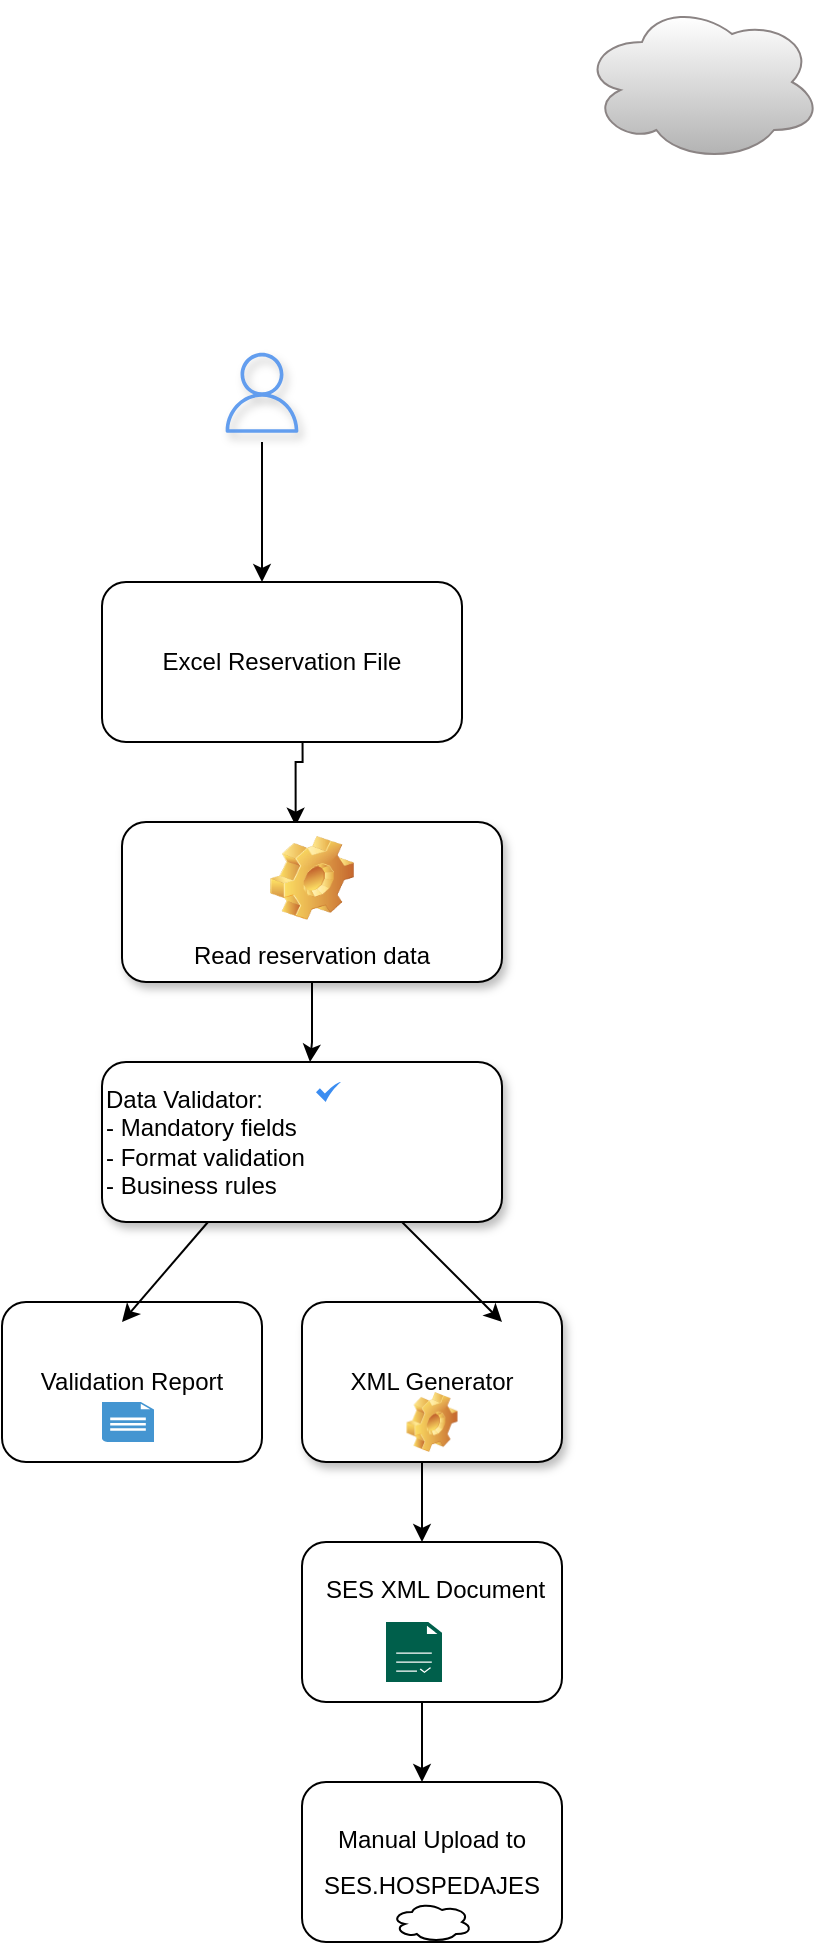
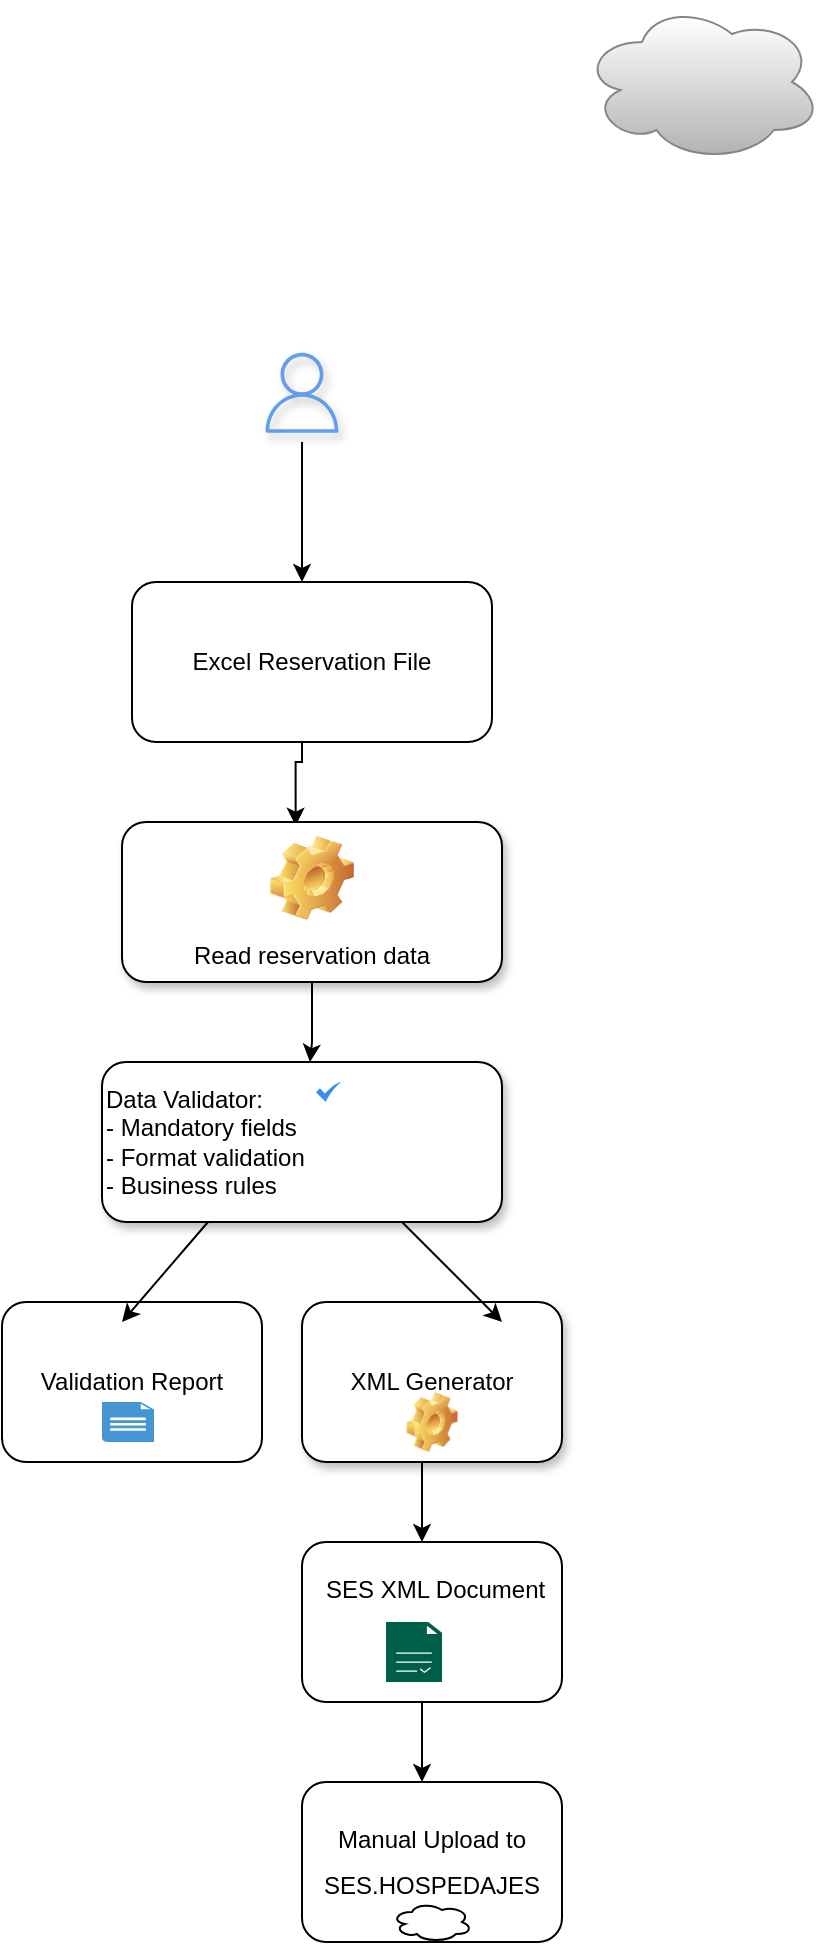
<mxfile host="Electron">
  <diagram name="Página-1" id="S1v6DdPu1xyyrO5UyoVB">
    <mxGraphModel dx="1167" dy="1115" grid="1" gridSize="10" guides="1" tooltips="1" connect="1" arrows="1" fold="1" page="1" pageScale="1" pageWidth="827" pageHeight="1169" math="0" shadow="0">
      <root>
        <mxCell id="0" />
        <mxCell id="1" parent="0" />
        <UserObject label="&lt;div style=&quot;line-height: 190%;&quot;&gt;&lt;br&gt;&lt;/div&gt;" id="HqQNaAXHSlgceeaqJit7-96">
          <mxCell parent="1" style="shape=ext;double=0;rounded=1;whiteSpace=wrap;html=1;connectable=0;" vertex="1">
            <mxGeometry height="80" width="130" x="400" y="880" as="geometry" />
          </mxCell>
        </UserObject>
        <mxCell id="HqQNaAXHSlgceeaqJit7-11" parent="1" style="sketch=0;outlineConnect=0;fillColor=light-dark(#5394ee, #1d293b);strokeColor=light-dark(#99d3ff, #5d5db5);dashed=0;verticalLabelPosition=bottom;verticalAlign=top;align=center;html=1;fontSize=12;fontStyle=0;aspect=fixed;pointerEvents=1;shape=mxgraph.aws4.user;strokeWidth=6;opacity=90;perimeterSpacing=12;fillStyle=solid;shadow=1;gradientColor=none;" value="" vertex="1">
-           <mxGeometry height="40" width="40" x="360" y="285.4" as="geometry" />
+           <mxGeometry height="40" width="40" x="380" y="285.4" as="geometry" />
        </mxCell>
        <mxCell id="HqQNaAXHSlgceeaqJit7-30" parent="1" style="ellipse;shape=cloud;whiteSpace=wrap;html=1;strokeColor=light-dark(#8b8484, #ededed);gradientColor=#B3B3B3;" value="" vertex="1">
          <mxGeometry height="80" width="120" x="540" y="110" as="geometry" />
        </mxCell>
        <mxCell id="HqQNaAXHSlgceeaqJit7-67" edge="1" parent="1" source="HqQNaAXHSlgceeaqJit7-73" style="edgeStyle=orthogonalEdgeStyle;rounded=0;orthogonalLoop=1;jettySize=auto;html=1;exitX=0.557;exitY=0.96;exitDx=0;exitDy=0;exitPerimeter=0;entryX=0.457;entryY=0.023;entryDx=0;entryDy=0;entryPerimeter=0;" target="HqQNaAXHSlgceeaqJit7-63" value="">
          <mxGeometry relative="1" as="geometry">
            <Array as="points">
              <mxPoint x="400" y="490" />
              <mxPoint x="397" y="490" />
            </Array>
            <mxPoint x="401.7647058823529" y="493" as="sourcePoint" />
          </mxGeometry>
        </mxCell>
        <mxCell id="HqQNaAXHSlgceeaqJit7-63" parent="1" style="label;whiteSpace=wrap;html=1;align=center;verticalAlign=bottom;spacingLeft=0;spacingBottom=4;imageAlign=center;imageVerticalAlign=top;image=img/clipart/Gear_128x128.png;shadow=1;" value="&lt;span style=&quot;font-weight: normal;&quot;&gt;Read reservation data&lt;/span&gt;" vertex="1">
          <mxGeometry height="80" width="190" x="310" y="520" as="geometry" />
        </mxCell>
        <UserObject label="Excel Reservation File" id="HqQNaAXHSlgceeaqJit7-73">
          <mxCell parent="1" style="shape=ext;double=0;rounded=1;whiteSpace=wrap;html=1;" vertex="1">
-             <mxGeometry height="80" width="180" x="300" y="400" as="geometry" />
+             <mxGeometry height="80" width="180" x="315" y="400" as="geometry" />
          </mxCell>
        </UserObject>
        <UserObject label="&lt;div style=&quot;line-height: 190%;&quot;&gt;Validation Report&lt;/div&gt;" id="HqQNaAXHSlgceeaqJit7-75">
          <mxCell parent="1" style="shape=ext;double=0;rounded=1;whiteSpace=wrap;html=1;connectable=0;" vertex="1">
            <mxGeometry height="80" width="130" x="250" y="760" as="geometry" />
          </mxCell>
        </UserObject>
        <mxCell id="HqQNaAXHSlgceeaqJit7-78" edge="1" parent="1" source="HqQNaAXHSlgceeaqJit7-63" style="rounded=0;orthogonalLoop=1;jettySize=auto;html=1;" target="HqQNaAXHSlgceeaqJit7-74" value="">
          <mxGeometry relative="1" as="geometry">
            <Array as="points">
              <mxPoint x="405" y="630" />
            </Array>
            <mxPoint x="395" y="630" as="sourcePoint" />
            <mxPoint x="392.77" y="820.9599999999998" as="targetPoint" />
          </mxGeometry>
        </mxCell>
        <UserObject label="Data Validator:&lt;div&gt;- Mandatory fields&lt;/div&gt;&lt;div&gt;- Format validation&lt;/div&gt;&lt;div&gt;- Business rules&lt;/div&gt;" link="Reservation.xlsx" id="HqQNaAXHSlgceeaqJit7-74">
          <mxCell parent="1" style="shape=ext;double=0;rounded=1;whiteSpace=wrap;html=1;align=left;shadow=1;" vertex="1">
            <mxGeometry height="80" width="200" x="300" y="640" as="geometry" />
          </mxCell>
        </UserObject>
        <mxCell id="HqQNaAXHSlgceeaqJit7-83" edge="1" parent="1" style="edgeStyle=orthogonalEdgeStyle;rounded=0;orthogonalLoop=1;jettySize=auto;html=1;" value="">
          <mxGeometry relative="1" as="geometry">
            <mxPoint x="470" y="1030" as="sourcePoint" />
            <mxPoint x="460" y="1060" as="targetPoint" />
          </mxGeometry>
        </mxCell>
        <mxCell id="HqQNaAXHSlgceeaqJit7-90" edge="1" parent="1" style="edgeStyle=orthogonalEdgeStyle;rounded=0;orthogonalLoop=1;jettySize=auto;html=1;innerLoopWaypoints=1;exitX=0.5;exitY=1;exitDx=0;exitDy=0;">
          <mxGeometry relative="1" as="geometry">
            <mxPoint x="455" y="1010" as="sourcePoint" />
            <mxPoint x="455" y="1010" as="targetPoint" />
          </mxGeometry>
        </mxCell>
        <mxCell id="HqQNaAXHSlgceeaqJit7-91" parent="1" style="shadow=0;dashed=0;html=1;strokeColor=none;fillColor=#4495D1;labelPosition=center;verticalLabelPosition=bottom;verticalAlign=top;align=center;outlineConnect=0;shape=mxgraph.veeam.2d.report;" value="" vertex="1">
          <mxGeometry height="20" width="26" x="300" y="810" as="geometry" />
        </mxCell>
        <mxCell id="HqQNaAXHSlgceeaqJit7-92" edge="1" parent="1" style="edgeStyle=orthogonalEdgeStyle;rounded=0;orthogonalLoop=1;jettySize=auto;html=1;" value="">
          <mxGeometry relative="1" as="geometry">
-             <mxPoint x="380" y="330" as="sourcePoint" />
-             <mxPoint x="380" y="400" as="targetPoint" />
+             <mxPoint x="400" y="330" as="sourcePoint" />
+             <mxPoint x="400" y="400" as="targetPoint" />
          </mxGeometry>
        </mxCell>
        <UserObject label="&lt;div style=&quot;line-height: 190%;&quot;&gt;XML Generator&lt;/div&gt;" id="HqQNaAXHSlgceeaqJit7-94">
          <mxCell parent="1" style="shape=ext;double=0;rounded=1;whiteSpace=wrap;html=1;connectable=0;shadow=1;" vertex="1">
            <mxGeometry height="80" width="130" x="400" y="760" as="geometry" />
          </mxCell>
        </UserObject>
        <mxCell id="HqQNaAXHSlgceeaqJit7-97" parent="1" style="text;whiteSpace=wrap;html=1;" value="&lt;span style=&quot;text-align: center;&quot;&gt;SES XML Document&lt;/span&gt;" vertex="1">
          <mxGeometry height="30" width="130" x="410" y="890" as="geometry" />
        </mxCell>
        <UserObject label="&lt;div style=&quot;line-height: 190%;&quot;&gt;Manual Upload to SES.HOSPEDAJES&lt;/div&gt;" id="HqQNaAXHSlgceeaqJit7-100">
          <mxCell parent="1" style="shape=ext;double=0;rounded=1;whiteSpace=wrap;html=1;connectable=0;" vertex="1">
            <mxGeometry height="80" width="130" x="400" y="1000" as="geometry" />
          </mxCell>
        </UserObject>
        <mxCell id="HqQNaAXHSlgceeaqJit7-98" parent="1" style="sketch=0;pointerEvents=1;shadow=0;dashed=0;html=1;strokeColor=none;fillColor=#005F4B;labelPosition=center;verticalLabelPosition=bottom;verticalAlign=top;align=center;outlineConnect=0;shape=mxgraph.veeam2.report;" value="" vertex="1">
          <mxGeometry height="30" width="28" x="442" y="920" as="geometry" />
        </mxCell>
        <mxCell id="HqQNaAXHSlgceeaqJit7-109" edge="1" parent="1" style="rounded=0;orthogonalLoop=1;jettySize=auto;html=1;" value="">
          <mxGeometry relative="1" as="geometry">
            <Array as="points" />
            <mxPoint x="353" y="720" as="sourcePoint" />
            <mxPoint x="310" y="770" as="targetPoint" />
          </mxGeometry>
        </mxCell>
        <mxCell id="HqQNaAXHSlgceeaqJit7-117" parent="1" style="shape=image;html=1;verticalLabelPosition=bottom;verticalAlign=top;imageAspect=1;aspect=fixed;image=img/clipart/Gear_128x128.png" value="" vertex="1">
          <mxGeometry height="30" width="25.57" x="452.21" y="805" as="geometry" />
        </mxCell>
        <mxCell id="HqQNaAXHSlgceeaqJit7-123" edge="1" parent="1" style="edgeStyle=orthogonalEdgeStyle;rounded=0;orthogonalLoop=1;jettySize=auto;html=1;">
          <mxGeometry relative="1" as="geometry">
            <Array as="points">
              <mxPoint x="460" y="840" />
              <mxPoint x="460" y="840" />
            </Array>
            <mxPoint x="460" y="850" as="sourcePoint" />
            <mxPoint x="460" y="880" as="targetPoint" />
          </mxGeometry>
        </mxCell>
        <mxCell id="HqQNaAXHSlgceeaqJit7-124" edge="1" parent="1" style="edgeStyle=orthogonalEdgeStyle;rounded=0;orthogonalLoop=1;jettySize=auto;html=1;">
          <mxGeometry relative="1" as="geometry">
            <Array as="points">
              <mxPoint x="460" y="960" />
              <mxPoint x="460" y="960" />
            </Array>
            <mxPoint x="460" y="980" as="sourcePoint" />
            <mxPoint x="460" y="1000" as="targetPoint" />
          </mxGeometry>
        </mxCell>
        <mxCell id="HqQNaAXHSlgceeaqJit7-125" parent="1" style="sketch=0;html=1;aspect=fixed;strokeColor=none;shadow=0;fillColor=#3B8DF1;verticalAlign=top;labelPosition=center;verticalLabelPosition=bottom;shape=mxgraph.gcp2.check" value="" vertex="1">
          <mxGeometry height="10" width="12.5" x="407" y="650" as="geometry" />
        </mxCell>
        <mxCell id="HqQNaAXHSlgceeaqJit7-126" edge="1" parent="1" style="rounded=0;orthogonalLoop=1;jettySize=auto;html=1;" value="">
          <mxGeometry relative="1" as="geometry">
            <Array as="points" />
            <mxPoint x="450" y="720" as="sourcePoint" />
            <mxPoint x="500" y="770" as="targetPoint" />
          </mxGeometry>
        </mxCell>
        <mxCell id="HqQNaAXHSlgceeaqJit7-127" parent="1" style="ellipse;shape=cloud;whiteSpace=wrap;html=1;" value="" vertex="1">
          <mxGeometry height="20" width="40" x="445" y="1060" as="geometry" />
        </mxCell>
      </root>
    </mxGraphModel>
  </diagram>
</mxfile>
